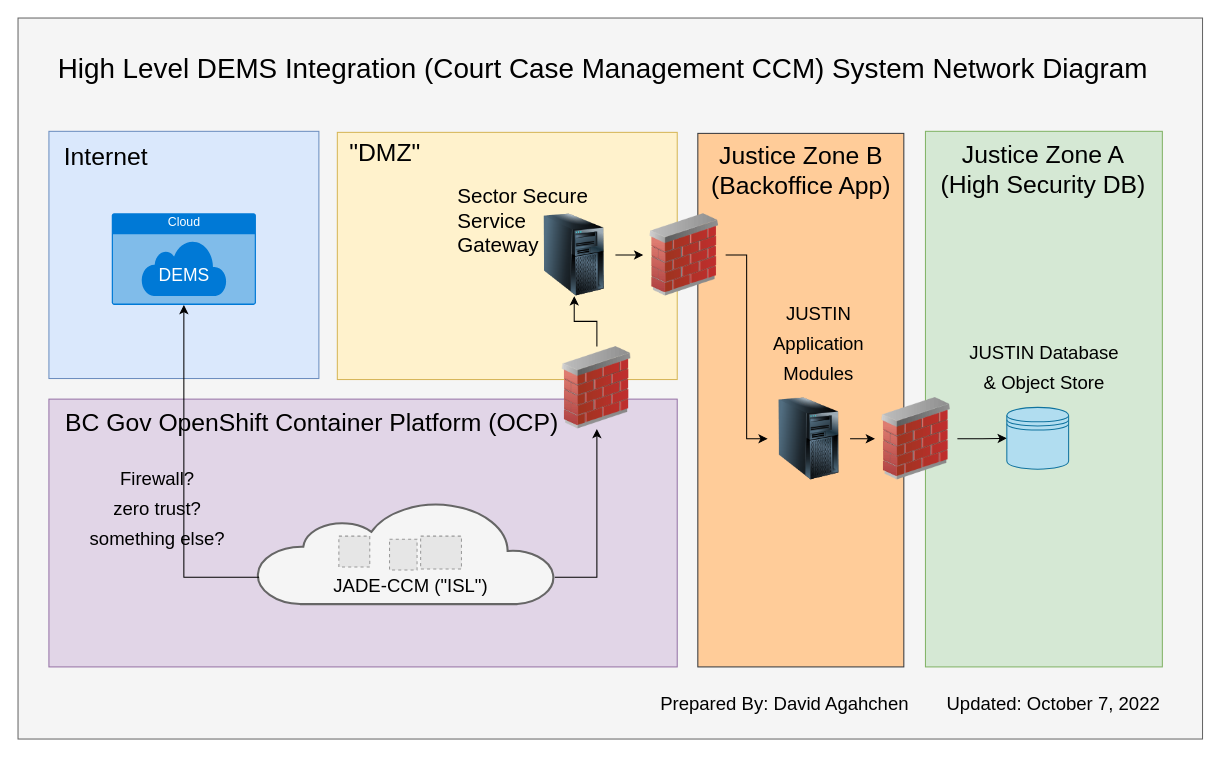
Above: img/src/ccm_network_diagram.drawio in bcgov/jpss-jade-ccm (draw.io), before the change. Source tidied: cells renumbered, new cells numbered last; positions are measured from the earlier drawing's top-left corner, leaving out a move shared by most shapes. Both pictures are drawn from the tidied source at 103%, with x=0, y=0 at pixel (18, 18). Pictures stored in the file or linked from it are replaced by grey dashed boxes.
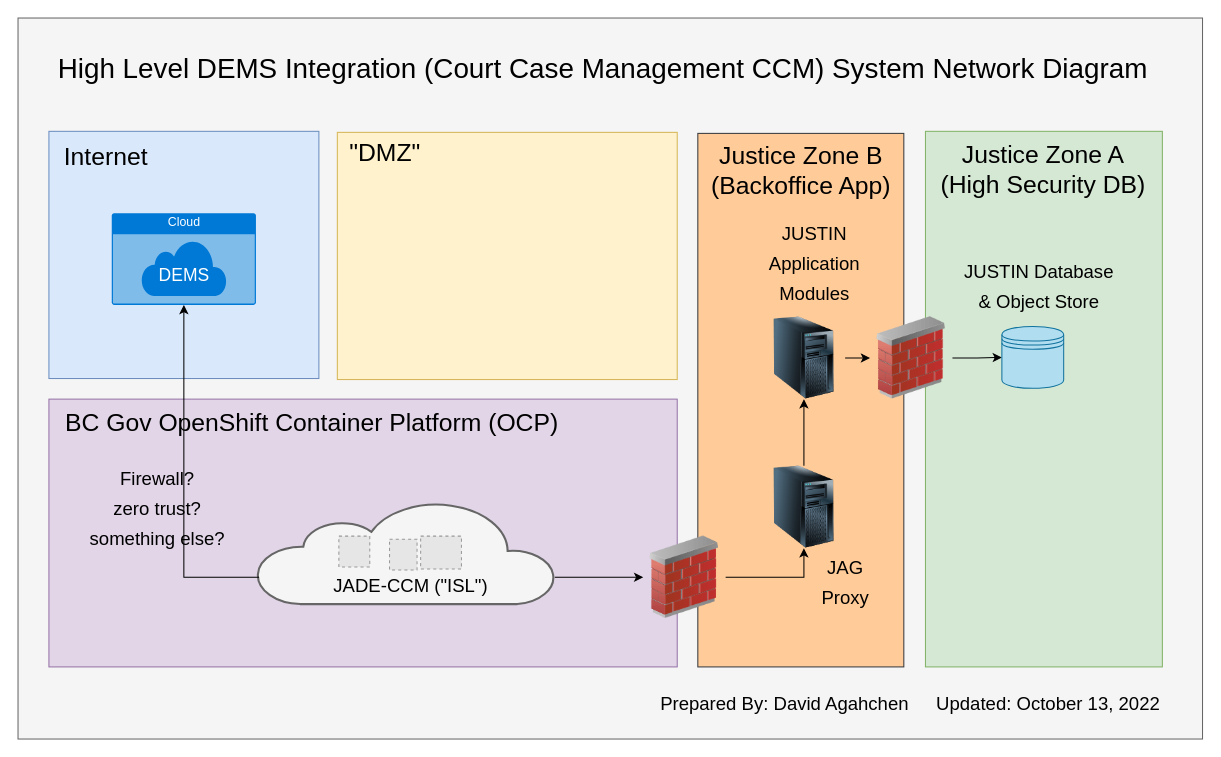
After the change.

Commit message (it also covers changes not shown here):
updated network diagram

Change to the diagram source:
```diff
@@
-    <mxCell id="12" style="edgeStyle=orthogonalEdgeStyle;rounded=0;jettySize=auto;html=1;fontSize=18;startArrow=classic;startFill=1;strokeColor=#000000;endArrow=none;endFill=0;" parent="1" edge="1" source="13" target="28">
-      <mxGeometry relative="1" as="geometry" />
-    </mxCell>
-    <mxCell id="13" style="image;html=1;image=img/lib/clip_art/networking/Firewall_02_128x128.png;" parent="1" vertex="1">
-      <mxGeometry x="607" y="190" width="80" height="80" as="geometry" />
-    </mxCell>
@@
     <mxCell id="15" style="image;html=1;image=img/lib/clip_art/networking/Firewall_02_128x128.png;" parent="1" vertex="1">
-      <mxGeometry x="832" y="368.5" width="80" height="80" as="geometry" />
+      <mxGeometry x="827.2" y="290" width="80" height="80" as="geometry" />
     </mxCell>
@@
-    <mxCell id="18" style="edgeStyle=orthogonalEdgeStyle;rounded=0;jettySize=auto;html=1;entryX=0.5;entryY=1;entryDx=0;entryDy=0;fontSize=18;startArrow=none;startFill=0;strokeColor=#000000;endArrow=classic;endFill=1;exitX=0.5;exitY=0;exitDx=0;exitDy=0;" parent="1" edge="1" source="37" target="28">
+    <mxCell id="18" style="edgeStyle=orthogonalEdgeStyle;rounded=0;jettySize=auto;html=1;entryX=0.5;entryY=1;entryDx=0;entryDy=0;fontSize=18;startArrow=none;startFill=0;strokeColor=#000000;endArrow=classic;endFill=1;" parent="1" edge="1" source="37" target="28">
       <mxGeometry relative="1" as="geometry" />
     </mxCell>
@@
     <mxCell id="26" value="&lt;div&gt;&lt;span style=&quot;font-size: 18px ; font-weight: 400&quot;&gt;JUSTIN Database&lt;/span&gt;&lt;/div&gt;&lt;div&gt;&lt;span style=&quot;font-size: 18px ; font-weight: 400&quot;&gt;&amp;amp;&amp;nbsp;&lt;/span&gt;&lt;span style=&quot;font-size: 18px ; font-weight: 400&quot;&gt;Object Store&lt;/span&gt;&lt;/div&gt;" style="text;strokeColor=none;fillColor=none;html=1;fontSize=24;fontStyle=1;verticalAlign=middle;align=center;rounded=1;labelBackgroundColor=none;fontColor=#000000;" parent="1" vertex="1">
-      <mxGeometry x="921" y="315" width="150" height="45" as="geometry" />
+      <mxGeometry x="916.2" y="236.5" width="150" height="45" as="geometry" />
     </mxCell>
-    <mxCell id="27" style="edgeStyle=orthogonalEdgeStyle;rounded=0;jettySize=auto;html=1;entryX=0;entryY=0.5;entryDx=0;entryDy=0;fontSize=18;startArrow=none;startFill=0;strokeColor=#000000;" parent="1" edge="1" source="13" target="32">
-      <mxGeometry relative="1" as="geometry" />
-    </mxCell>
     <mxCell id="28" style="image;html=1;image=img/lib/clip_art/computers/Server_Tower_128x128.png;fontSize=18;" parent="1" vertex="1">
-      <mxGeometry x="500" y="190" width="80" height="80" as="geometry" />
+      <mxGeometry x="723" y="434.8" width="80" height="80" as="geometry" />
     </mxCell>
-    <mxCell id="29" value="&lt;div style=&quot;font-size: 20px&quot;&gt;&lt;span style=&quot;font-weight: 400&quot;&gt;&lt;font style=&quot;font-size: 20px&quot;&gt;Sector Secure&lt;/font&gt;&lt;/span&gt;&lt;/div&gt;&lt;div style=&quot;font-size: 20px&quot;&gt;&lt;span style=&quot;font-weight: 400&quot;&gt;&lt;font style=&quot;font-size: 20px&quot;&gt;Service&lt;/font&gt;&lt;/span&gt;&lt;/div&gt;&lt;div style=&quot;font-size: 20px&quot;&gt;&lt;span style=&quot;font-weight: 400&quot;&gt;&lt;font style=&quot;font-size: 20px&quot;&gt;Gateway&lt;/font&gt;&lt;/span&gt;&lt;/div&gt;" style="text;strokeColor=none;fillColor=none;html=1;fontSize=24;fontStyle=1;verticalAlign=middle;align=left;rounded=1;labelBackgroundColor=none;fontColor=#000000;" parent="1" vertex="1">
-      <mxGeometry x="425" y="162.5" width="97" height="66" as="geometry" />
-    </mxCell>
@@
     <mxCell id="31" value="&lt;div&gt;&lt;span style=&quot;font-size: 18px ; font-weight: 400&quot;&gt;JUSTIN&lt;/span&gt;&lt;/div&gt;&lt;div&gt;&lt;span style=&quot;font-size: 18px ; font-weight: 400&quot;&gt;Application&lt;/span&gt;&lt;/div&gt;&lt;div&gt;&lt;span style=&quot;font-size: 18px ; font-weight: 400&quot;&gt;Modules&lt;/span&gt;&lt;/div&gt;" style="text;strokeColor=none;fillColor=none;html=1;fontSize=24;fontStyle=1;verticalAlign=middle;align=center;rounded=1;labelBackgroundColor=none;fontColor=#000000;" parent="1" vertex="1">
-      <mxGeometry x="724.8" y="263" width="105.2" height="104" as="geometry" />
+      <mxGeometry x="720" y="184.5" width="105.2" height="104" as="geometry" />
     </mxCell>
     <mxCell id="32" style="image;html=1;image=img/lib/clip_art/computers/Server_Tower_128x128.png;fontSize=18;" parent="1" vertex="1">
-      <mxGeometry x="727.8" y="368.5" width="80" height="80" as="geometry" />
+      <mxGeometry x="723" y="290" width="80" height="80" as="geometry" />
     </mxCell>
@@
-    <mxCell id="35" value="&lt;div&gt;&lt;span style=&quot;font-size: 18px ; font-weight: 400&quot;&gt;Updated: October 7, 2022&lt;/span&gt;&lt;/div&gt;" style="text;strokeColor=none;fillColor=none;html=1;fontSize=24;fontStyle=1;verticalAlign=middle;align=right;rounded=1;labelBackgroundColor=none;fontColor=#000000;" parent="1" vertex="1">
+    <mxCell id="35" value="&lt;div&gt;&lt;span style=&quot;font-size: 18px ; font-weight: 400&quot;&gt;Updated: October 13, 2022&lt;/span&gt;&lt;/div&gt;" style="text;strokeColor=none;fillColor=none;html=1;fontSize=24;fontStyle=1;verticalAlign=middle;align=right;rounded=1;labelBackgroundColor=none;fontColor=#000000;" parent="1" vertex="1">
       <mxGeometry x="870" y="641" width="240" height="45" as="geometry" />
     </mxCell>
@@
     <mxCell id="37" style="image;html=1;image=img/lib/clip_art/networking/Firewall_02_128x128.png;" parent="1" vertex="1">
-      <mxGeometry x="522" y="319" width="80" height="80" as="geometry" />
+      <mxGeometry x="607" y="503" width="80" height="80" as="geometry" />
     </mxCell>
@@
     <mxCell id="39" style="shape=datastore;whiteSpace=wrap;html=1;fontSize=48;fillColor=#b1ddf0;strokeColor=#10739e;" parent="1" vertex="1">
-      <mxGeometry x="960" y="378" width="60" height="60" as="geometry" />
+      <mxGeometry x="955.2" y="299.5" width="60" height="60" as="geometry" />
     </mxCell>
+    <mxCell id="40" style="edgeStyle=orthogonalEdgeStyle;rounded=0;jettySize=auto;html=1;fontSize=18;startArrow=none;startFill=0;strokeColor=#000000;endArrow=classic;endFill=1;exitX=0.5;exitY=0;exitDx=0;exitDy=0;" parent="1" edge="1" source="28" target="32">
+      <mxGeometry relative="1" as="geometry" />
+    </mxCell>
+    <mxCell id="41" value="&lt;div&gt;&lt;span style=&quot;font-size: 18px ; font-weight: 400&quot;&gt;JAG&lt;/span&gt;&lt;/div&gt;&lt;div&gt;&lt;span style=&quot;font-size: 18px ; font-weight: 400&quot;&gt;Proxy&lt;/span&gt;&lt;/div&gt;" style="text;strokeColor=none;fillColor=none;html=1;fontSize=24;fontStyle=1;verticalAlign=middle;align=center;rounded=1;labelBackgroundColor=none;fontColor=#000000;" parent="1" vertex="1">
+      <mxGeometry x="760" y="503" width="85.2" height="85" as="geometry" />
+    </mxCell>
```
